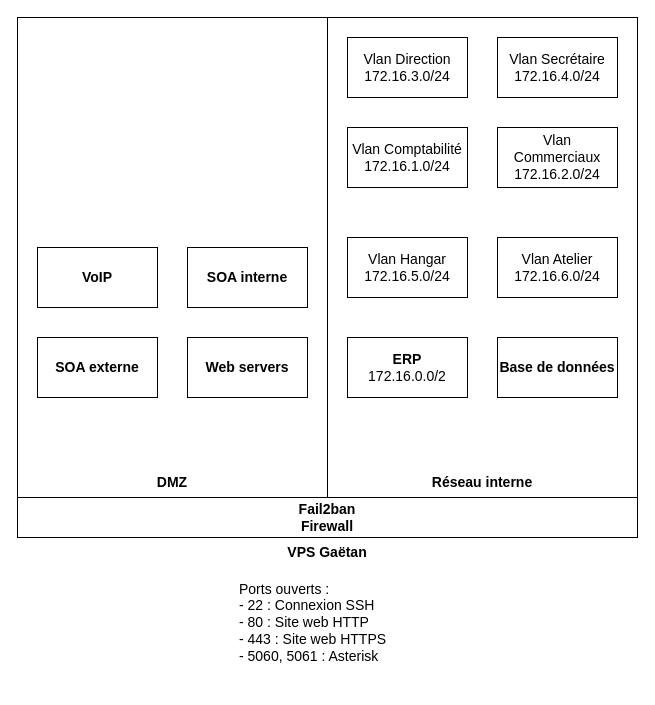
Above: Documents/Rapports/Schéma prototype.drawio in GGEphec/AdminAout (draw.io), before the change. Source tidied: cells renumbered, new cells numbered last; positions are measured from the earlier drawing's top-left corner, leaving out a move shared by most shapes. Both pictures are drawn from the tidied source at 100%, with x=0, y=0 at pixel (17, 17).
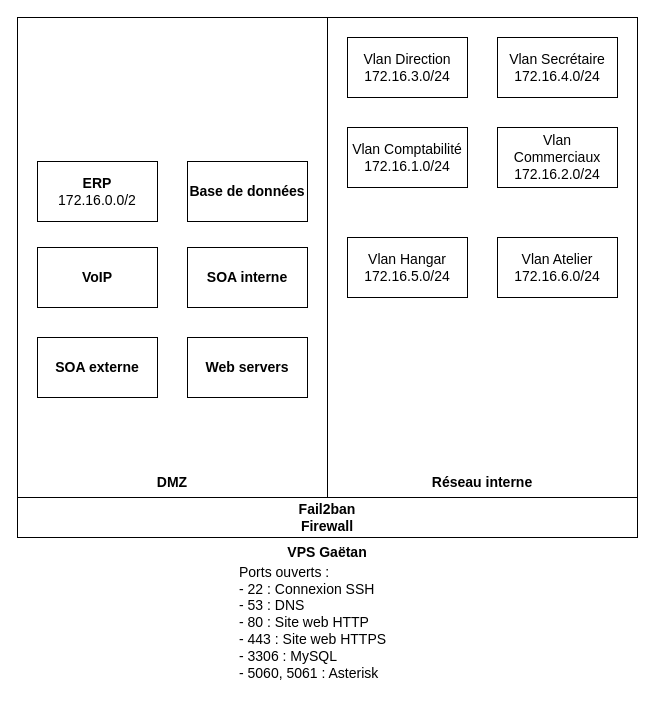
The same page after the edit.

Commit message (it also covers changes not shown here):
orthographe et schéma

What changed in the source:
```diff
@@
 <mxGraphModel>
   <root>
     <mxCell id="0" />
     <mxCell id="1" parent="0" />
     <mxCell id="2" value="&lt;font style=&quot;font-size: 14px&quot;&gt;&lt;b&gt;VPS Gaëtan&lt;/b&gt;&lt;/font&gt;" style="rounded=0;whiteSpace=wrap;html=1;fillColor=none;labelPosition=center;verticalLabelPosition=bottom;align=center;verticalAlign=top;" parent="1" vertex="1">
       <mxGeometry width="620" height="520" as="geometry" />
     </mxCell>
     <mxCell id="3" value="&lt;font style=&quot;font-size: 14px&quot;&gt;&lt;b&gt;Fail2ban&lt;br&gt;Firewall&lt;br&gt;&lt;/b&gt;&lt;/font&gt;" style="rounded=0;whiteSpace=wrap;html=1;fillColor=none;" parent="1" vertex="1">
       <mxGeometry y="480" width="620" height="40" as="geometry" />
     </mxCell>
     <mxCell id="4" value="&lt;font style=&quot;font-size: 14px&quot;&gt;&lt;b&gt;DMZ&lt;/b&gt;&lt;/font&gt;" style="rounded=0;whiteSpace=wrap;html=1;fillColor=none;labelPosition=center;verticalLabelPosition=bottom;align=center;verticalAlign=top;spacingBottom=0;spacingTop=-30;" parent="1" vertex="1">
       <mxGeometry width="310" height="480" as="geometry" />
     </mxCell>
     <mxCell id="5" value="&lt;font style=&quot;font-size: 14px&quot;&gt;&lt;b&gt;Réseau interne&lt;/b&gt;&lt;/font&gt;" style="rounded=0;whiteSpace=wrap;html=1;fillColor=none;labelPosition=center;verticalLabelPosition=bottom;align=center;verticalAlign=top;spacingTop=-30;" parent="1" vertex="1">
       <mxGeometry x="310" width="310" height="480" as="geometry" />
     </mxCell>
     <mxCell id="6" value="&lt;b&gt;&lt;font style=&quot;font-size: 14px&quot;&gt;SOA externe&lt;/font&gt;&lt;/b&gt;" style="rounded=0;whiteSpace=wrap;html=1;fillColor=none;" parent="1" vertex="1">
       <mxGeometry x="20" y="320" width="120" height="60" as="geometry" />
     </mxCell>
     <mxCell id="7" value="&lt;font style=&quot;font-size: 14px&quot;&gt;&lt;b&gt;Web servers&lt;/b&gt;&lt;/font&gt;" style="rounded=0;whiteSpace=wrap;html=1;fillColor=none;" parent="1" vertex="1">
       <mxGeometry x="170" y="320" width="120" height="60" as="geometry" />
     </mxCell>
     <mxCell id="8" value="&lt;b&gt;&lt;font style=&quot;font-size: 14px&quot;&gt;VoIP&lt;/font&gt;&lt;/b&gt;" style="rounded=0;whiteSpace=wrap;html=1;fillColor=none;" parent="1" vertex="1">
       <mxGeometry x="20" y="230" width="120" height="60" as="geometry" />
     </mxCell>
     <mxCell id="9" value="&lt;font style=&quot;font-size: 14px;&quot;&gt;&lt;b style=&quot;font-size: 14px;&quot;&gt;SOA interne&lt;/b&gt;&lt;/font&gt;" style="rounded=0;whiteSpace=wrap;html=1;fillColor=none;fontSize=14;" parent="1" vertex="1">
       <mxGeometry x="170" y="230" width="120" height="60" as="geometry" />
     </mxCell>
     <mxCell id="10" value="Vlan Hangar&lt;br&gt;172.16.5.0/24" style="rounded=0;whiteSpace=wrap;html=1;fillColor=none;fontSize=14;" parent="1" vertex="1">
       <mxGeometry x="330" y="220" width="120" height="60" as="geometry" />
     </mxCell>
     <mxCell id="11" value="&lt;font style=&quot;font-size: 14px&quot;&gt;Vlan Direction&lt;br&gt;172.16.3.0/24&lt;br&gt;&lt;/font&gt;" style="rounded=0;whiteSpace=wrap;html=1;fillColor=none;" parent="1" vertex="1">
       <mxGeometry x="330" y="20" width="120" height="60" as="geometry" />
     </mxCell>
     <mxCell id="12" value="Vlan Comptabilité&lt;br&gt;172.16.1.0/24" style="rounded=0;whiteSpace=wrap;html=1;fillColor=none;fontSize=14;" parent="1" vertex="1">
       <mxGeometry x="330" y="110" width="120" height="60" as="geometry" />
     </mxCell>
     <mxCell id="13" value="Vlan Commerciaux&lt;br&gt;172.16.2.0/24" style="rounded=0;whiteSpace=wrap;html=1;fillColor=none;fontSize=14;" parent="1" vertex="1">
       <mxGeometry x="480" y="110" width="120" height="60" as="geometry" />
     </mxCell>
     <mxCell id="14" value="&lt;font style=&quot;font-size: 14px&quot;&gt;Vlan Atelier&lt;br&gt;172.16.6.0/24&lt;br&gt;&lt;/font&gt;" style="rounded=0;whiteSpace=wrap;html=1;fillColor=none;" parent="1" vertex="1">
       <mxGeometry x="480" y="220" width="120" height="60" as="geometry" />
     </mxCell>
     <mxCell id="15" value="&lt;font style=&quot;font-size: 14px&quot;&gt;Vlan Secrétaire&lt;br&gt;172.16.4.0/24&lt;br&gt;&lt;/font&gt;" style="rounded=0;whiteSpace=wrap;html=1;fillColor=none;" parent="1" vertex="1">
       <mxGeometry x="480" y="20" width="120" height="60" as="geometry" />
     </mxCell>
     <mxCell id="16" value="&lt;font style=&quot;font-size: 14px&quot;&gt;&lt;b&gt;ERP&lt;/b&gt;&lt;br&gt;172.16.0.0/2&lt;br&gt;&lt;/font&gt;" style="rounded=0;whiteSpace=wrap;html=1;fillColor=none;" parent="1" vertex="1">
-      <mxGeometry x="330" y="320" width="120" height="60" as="geometry" />
+      <mxGeometry x="20" y="144" width="120" height="60" as="geometry" />
     </mxCell>
     <mxCell id="17" value="&lt;font style=&quot;font-size: 14px&quot;&gt;&lt;b&gt;Base de données&lt;/b&gt;&lt;/font&gt;" style="rounded=0;whiteSpace=wrap;html=1;fillColor=none;" parent="1" vertex="1">
-      <mxGeometry x="480" y="320" width="120" height="60" as="geometry" />
+      <mxGeometry x="170" y="144" width="120" height="60" as="geometry" />
     </mxCell>
-    <mxCell id="18" value="Ports ouverts :&amp;nbsp;&lt;br&gt;- 22 : Connexion SSH&lt;br&gt;- 80 : Site web HTTP&lt;br&gt;- 443 : Site web HTTPS&lt;br&gt;- 5060, 5061 : Asterisk" style="text;html=1;strokeColor=none;fillColor=none;align=left;verticalAlign=middle;whiteSpace=wrap;rounded=0;fontSize=14;" parent="1" vertex="1">
+    <mxCell id="18" value="Ports ouverts :&amp;nbsp;&lt;br&gt;- 22 : Connexion SSH&lt;br&gt;- 53 : DNS&lt;br&gt;- 80 : Site web HTTP&lt;br&gt;- 443 : Site web HTTPS&lt;br&gt;- 3306 : MySQL&lt;br&gt;- 5060, 5061 : Asterisk&lt;br&gt;" style="text;html=1;strokeColor=none;fillColor=none;align=left;verticalAlign=middle;whiteSpace=wrap;rounded=0;fontSize=14;" parent="1" vertex="1">
       <mxGeometry x="220" y="540" width="194" height="130" as="geometry" />
     </mxCell>
   </root>
 </mxGraphModel>
```
